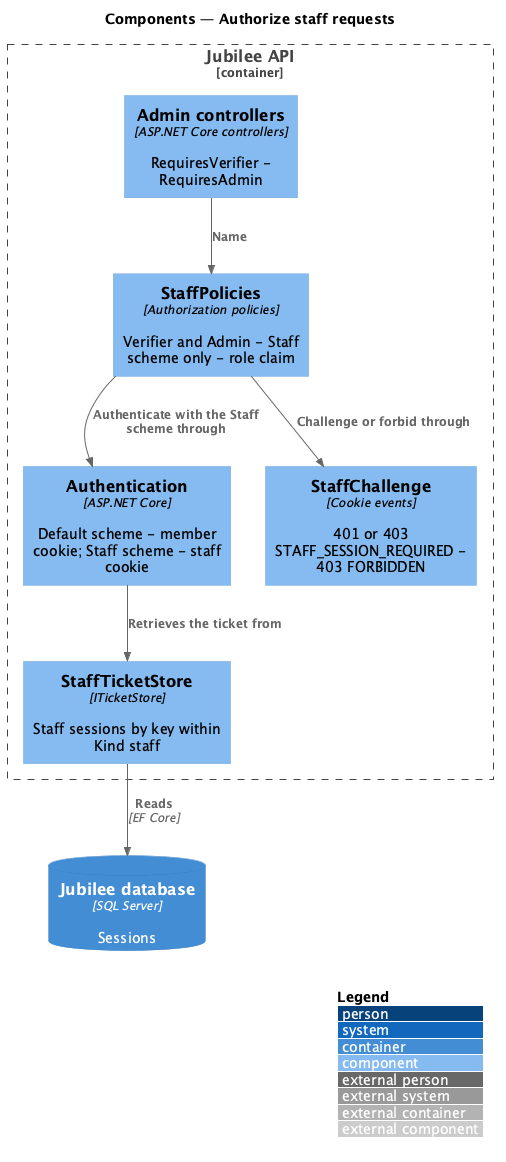
Before: docs/detailed-designs/security/authorize-staff-requests/diagrams/c4-component.png, a diagram exported from PlantUML (QuinntyneBrown/jubilee).
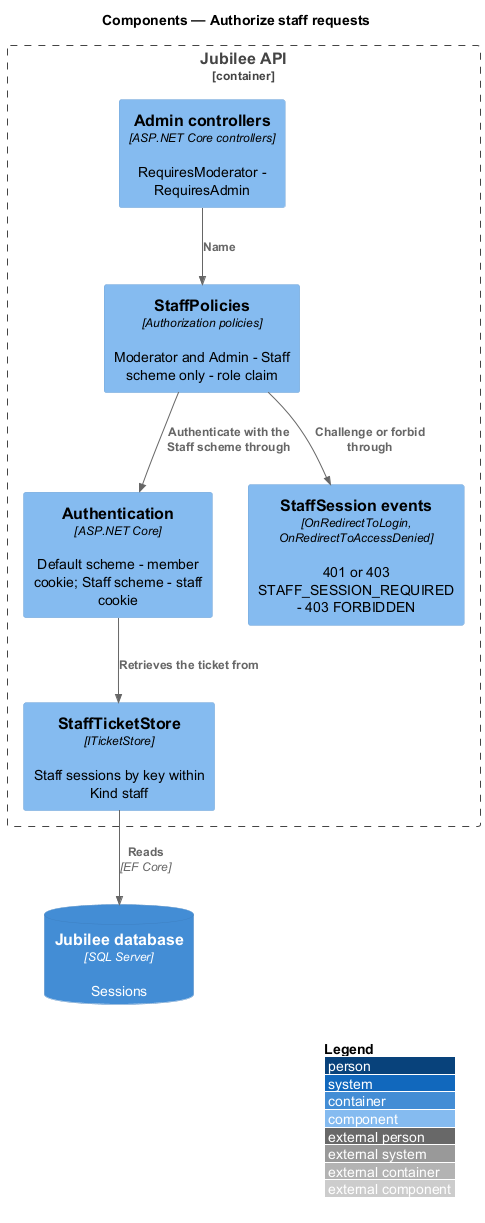
After the change.

Diff of the diagram source:
```diff
@@ -5,9 +5,9 @@
 
 Container_Boundary(api, "Jubilee API") {
   Component(authn, "Authentication", "ASP.NET Core", "Default scheme - member cookie; Staff scheme - staff cookie")
-  Component(policies, "StaffPolicies", "Authorization policies", "Verifier and Admin - Staff scheme only - role claim")
-  Component(challenge, "StaffChallenge", "Cookie events", "401 or 403 STAFF_SESSION_REQUIRED - 403 FORBIDDEN")
-  Component(controllers, "Admin controllers", "ASP.NET Core controllers", "RequiresVerifier - RequiresAdmin")
+  Component(policies, "StaffPolicies", "Authorization policies", "Moderator and Admin - Staff scheme only - role claim")
+  Component(challenge, "StaffSession events", "OnRedirectToLogin, OnRedirectToAccessDenied", "401 or 403 STAFF_SESSION_REQUIRED - 403 FORBIDDEN")
+  Component(controllers, "Admin controllers", "ASP.NET Core controllers", "RequiresModerator - RequiresAdmin")
   Component(store, "StaffTicketStore", "ITicketStore", "Staff sessions by key within Kind staff")
 }
 ContainerDb(db, "Jubilee database", "SQL Server", "Sessions")
```
